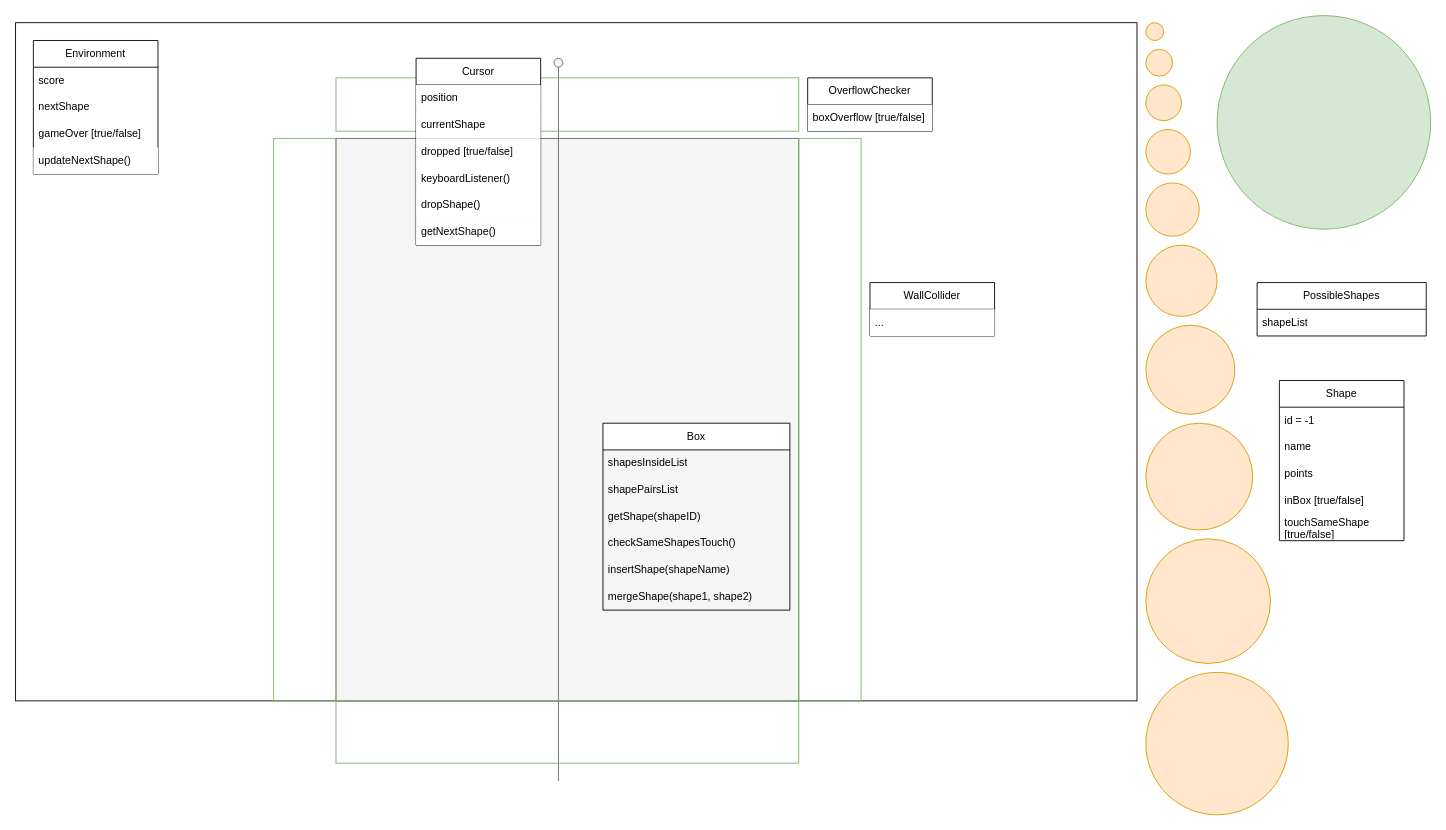
Earlier version of the draw.io diagram page "classes" (2 of 2) of devlog/schematic.drawio (holistudio/minika). Source tidied: cells renumbered, new cells numbered last; positions are measured from the earlier drawing's top-left corner, leaving out a move shared by most shapes. Both pictures are drawn from the tidied source at 89%, with x=0, y=0 at pixel (15, 15).
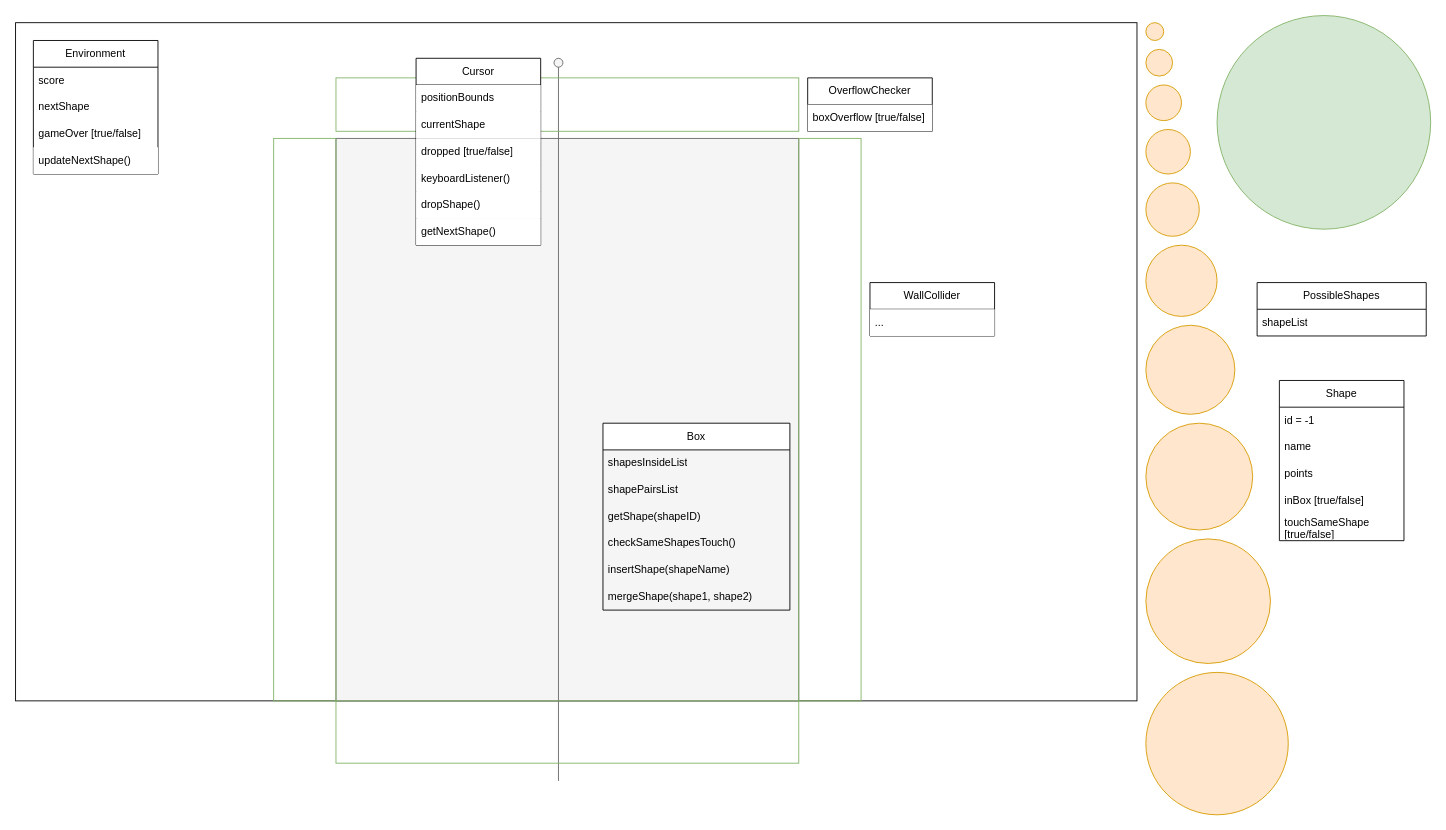
The same diagram, later.

Commit message (it also covers changes not shown here):
Updated Cursor class

Unchanged cells that the change refers to:
```xml
<mxCell id="36" value="Cursor" style="swimlane;fontStyle=0;horizontal=1;startSize=30;whiteSpace=wrap;html=1;labelBackgroundColor=none;" parent="1" vertex="1">
  <mxGeometry x="450" y="48" width="140" height="210" as="geometry" />
</mxCell>
```

The edit, as a diff of the source:
```diff
@@
-    <mxCell id="37" value="position" style="text;align=left;verticalAlign=middle;spacingLeft=4;spacingRight=4;overflow=hidden;whiteSpace=wrap;html=1;labelBackgroundColor=none;fillColor=default;" parent="36" vertex="1">
+    <mxCell id="37" value="positionBounds" style="text;align=left;verticalAlign=middle;spacingLeft=4;spacingRight=4;overflow=hidden;whiteSpace=wrap;html=1;labelBackgroundColor=none;fillColor=default;" parent="36" vertex="1">
       <mxGeometry y="30" width="140" height="30" as="geometry" />
     </mxCell>
```
